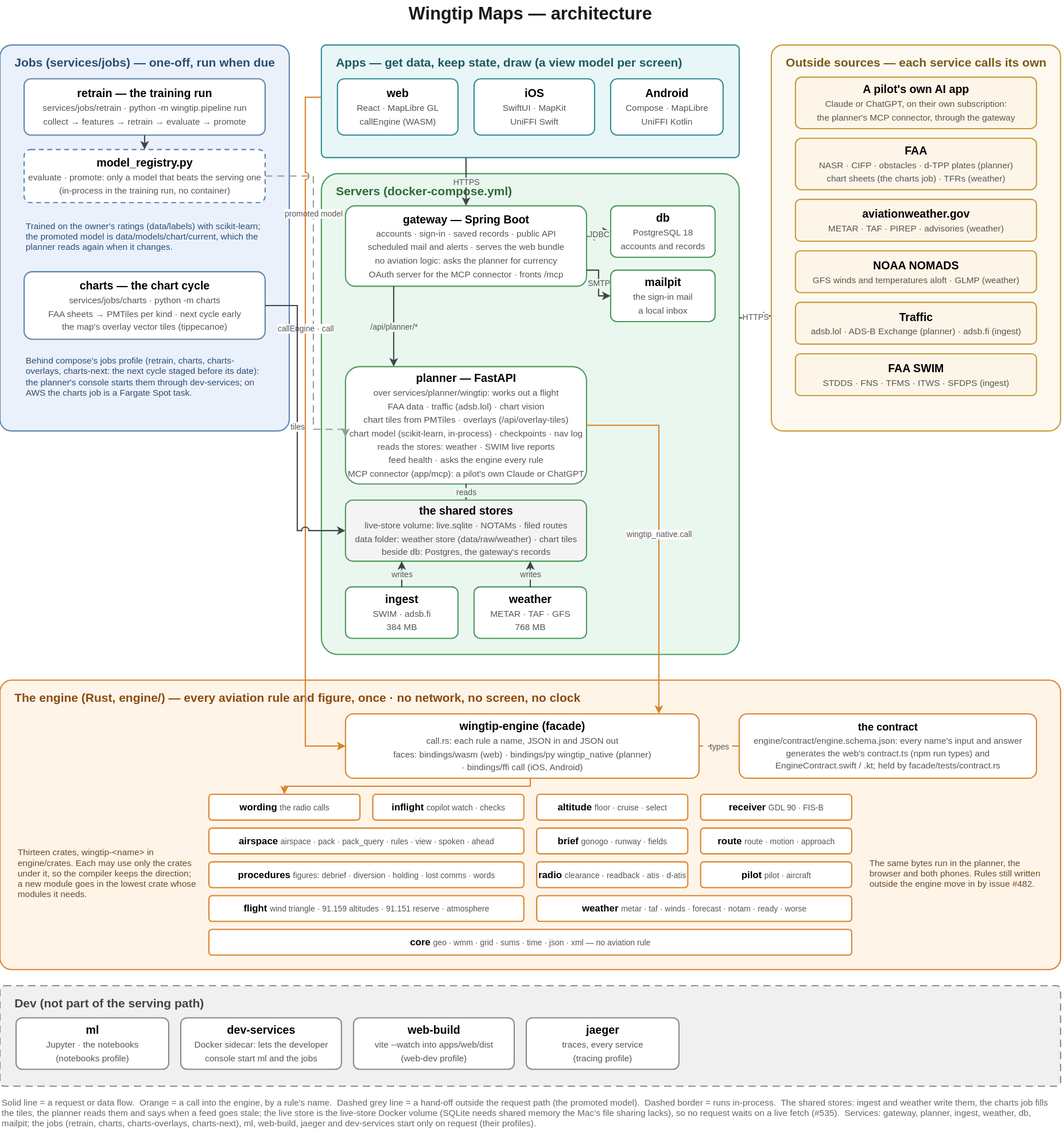
This is docs/architecture-current.svg from asdaq-samir/wingtip, a draw.io export, as it was before one commit. Source tidied: cells renumbered, new cells last; positions are measured from the earlier drawing's top-left corner, leaving out a move shared by most shapes.
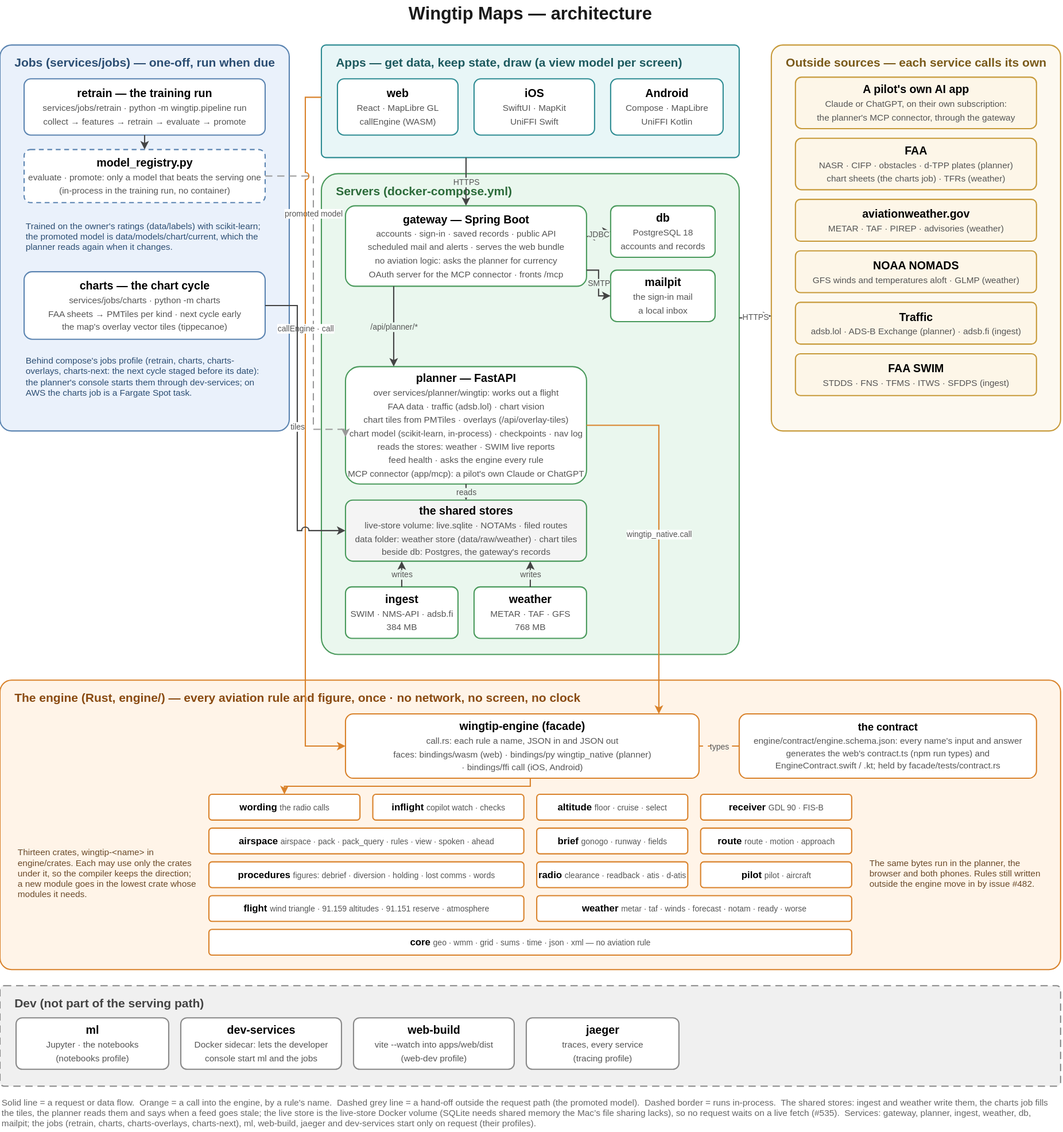
After the change.

What changed in the source:
```diff
@@ -62,7 +62,7 @@
     <mxCell id="21" value="&lt;b&gt;the shared stores&lt;/b&gt;&lt;br&gt;&lt;span style=&quot;font-size:11px;color:#555555;&quot;&gt;live-store volume: live.sqlite · NOTAMs · filed routes&lt;/span&gt;&lt;br&gt;&lt;span style=&quot;font-size:11px;color:#555555;&quot;&gt;data folder: weather store (data/raw/weather) · chart tiles&lt;/span&gt;&lt;br&gt;&lt;span style=&quot;font-size:11px;color:#555555;&quot;&gt;beside db: Postgres, the gateway's records&lt;/span&gt;" style="rounded=1;arcSize=12;whiteSpace=wrap;html=1;fillColor=#F4F4F4;strokeColor=#4A9A5C;strokeWidth=1.5;fontSize=14;" parent="1" vertex="1">
       <mxGeometry x="430" y="622" width="300" height="76" as="geometry" />
     </mxCell>
-    <mxCell id="22" value="&lt;b&gt;ingest&lt;/b&gt;&lt;br&gt;&lt;span style=&quot;font-size:11px;color:#555555;&quot;&gt;SWIM · adsb.fi&lt;/span&gt;&lt;br&gt;&lt;span style=&quot;font-size:11px;color:#555555;&quot;&gt;384 MB&lt;/span&gt;" style="rounded=1;arcSize=12;whiteSpace=wrap;html=1;fillColor=#FFFFFF;strokeColor=#4A9A5C;strokeWidth=1.5;fontSize=14;" parent="1" vertex="1">
+    <mxCell id="22" value="&lt;b&gt;ingest&lt;/b&gt;&lt;br&gt;&lt;span style=&quot;font-size:11px;color:#555555;&quot;&gt;SWIM · NMS-API · adsb.fi&lt;/span&gt;&lt;br&gt;&lt;span style=&quot;font-size:11px;color:#555555;&quot;&gt;384 MB&lt;/span&gt;" style="rounded=1;arcSize=12;whiteSpace=wrap;html=1;fillColor=#FFFFFF;strokeColor=#4A9A5C;strokeWidth=1.5;fontSize=14;" parent="1" vertex="1">
       <mxGeometry x="430" y="730" width="140" height="64" as="geometry" />
     </mxCell>
     <mxCell id="23" value="&lt;b&gt;weather&lt;/b&gt;&lt;br&gt;&lt;span style=&quot;font-size:11px;color:#555555;&quot;&gt;METAR · TAF · GFS&lt;/span&gt;&lt;br&gt;&lt;span style=&quot;font-size:11px;color:#555555;&quot;&gt;768 MB&lt;/span&gt;" style="rounded=1;arcSize=12;whiteSpace=wrap;html=1;fillColor=#FFFFFF;strokeColor=#4A9A5C;strokeWidth=1.5;fontSize=14;" parent="1" vertex="1">
```
